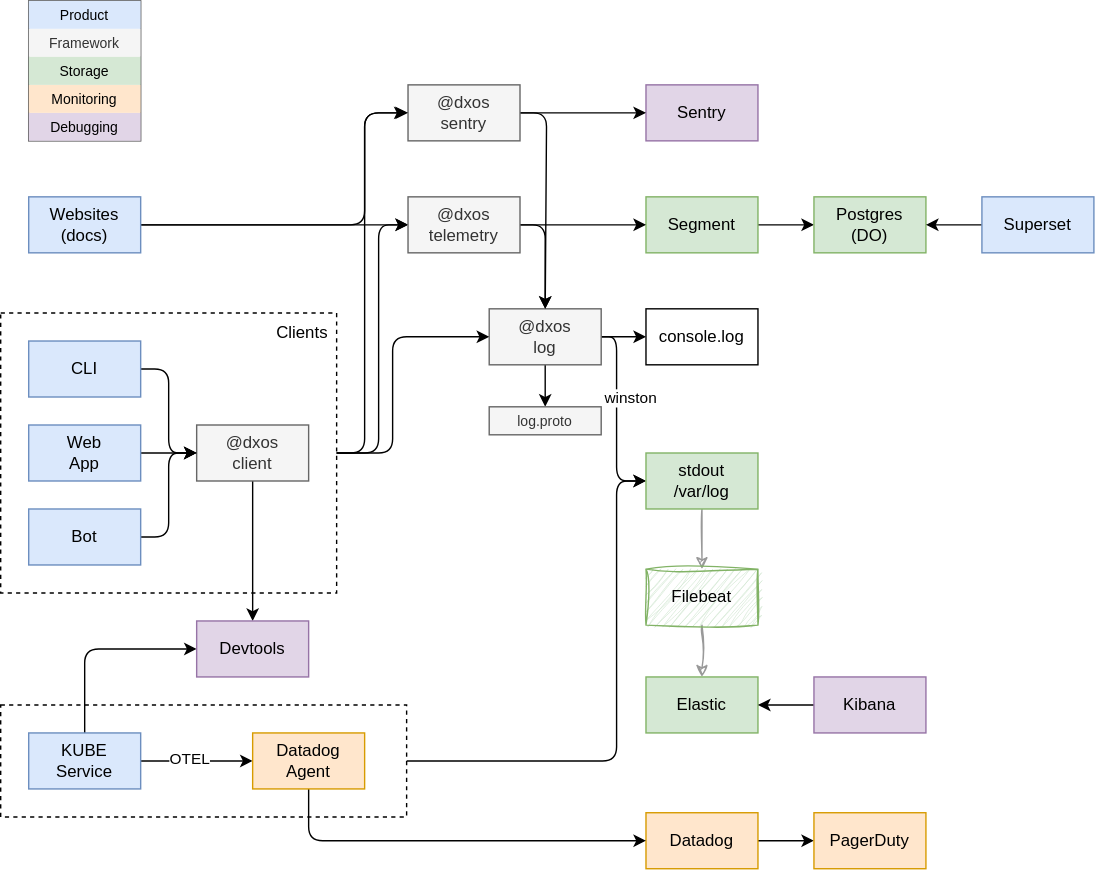
The draw.io diagram docs/docs/ops/operations-diagram.drawio.svg in dxos/dxos, before a commit. Source tidied: cells renumbered, new cells last; positions are measured from the earlier drawing's top-left corner, leaving out a move shared by most shapes.
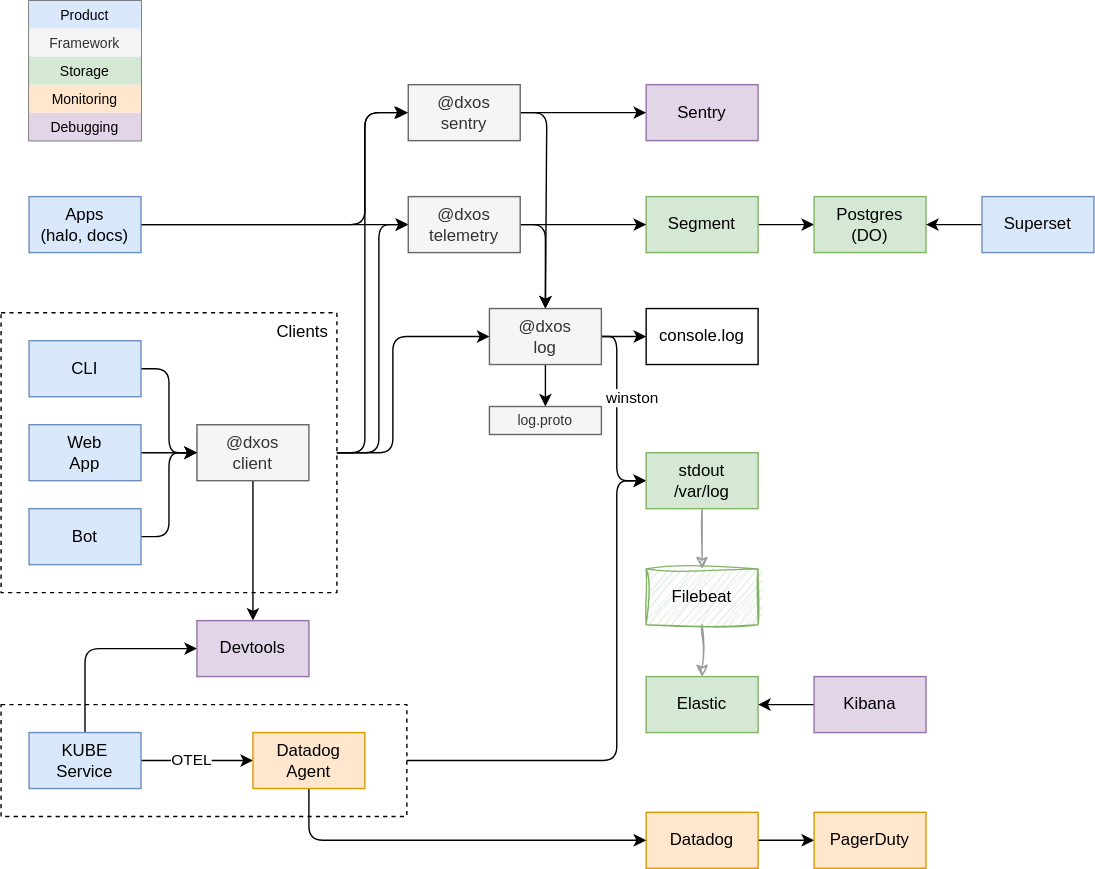
The same diagram one commit later.

Diff of the diagram source:
```diff
@@ -196,7 +196,7 @@
     <mxCell id="47" style="edgeStyle=none;html=1;exitX=1;exitY=0.5;exitDx=0;exitDy=0;entryX=0;entryY=0.5;entryDx=0;entryDy=0;strokeColor=#000000;" parent="1" edge="1" source="48" target="54">
       <mxGeometry relative="1" as="geometry" />
     </mxCell>
-    <mxCell id="48" value="Websites&lt;br&gt;(docs)" style="rounded=0;whiteSpace=wrap;html=1;fillColor=#dae8fc;strokeColor=#6c8ebf;" parent="1" vertex="1">
+    <mxCell id="48" value="Apps&lt;br&gt;(halo, docs)" style="rounded=0;whiteSpace=wrap;html=1;fillColor=#dae8fc;strokeColor=#6c8ebf;" parent="1" vertex="1">
       <mxGeometry x="20" y="140" width="80" height="40" as="geometry" />
     </mxCell>
     <mxCell id="49" value="Product" style="rounded=0;whiteSpace=wrap;html=1;fillColor=#dae8fc;strokeColor=none;fontSize=10;" parent="1" vertex="1">
```
